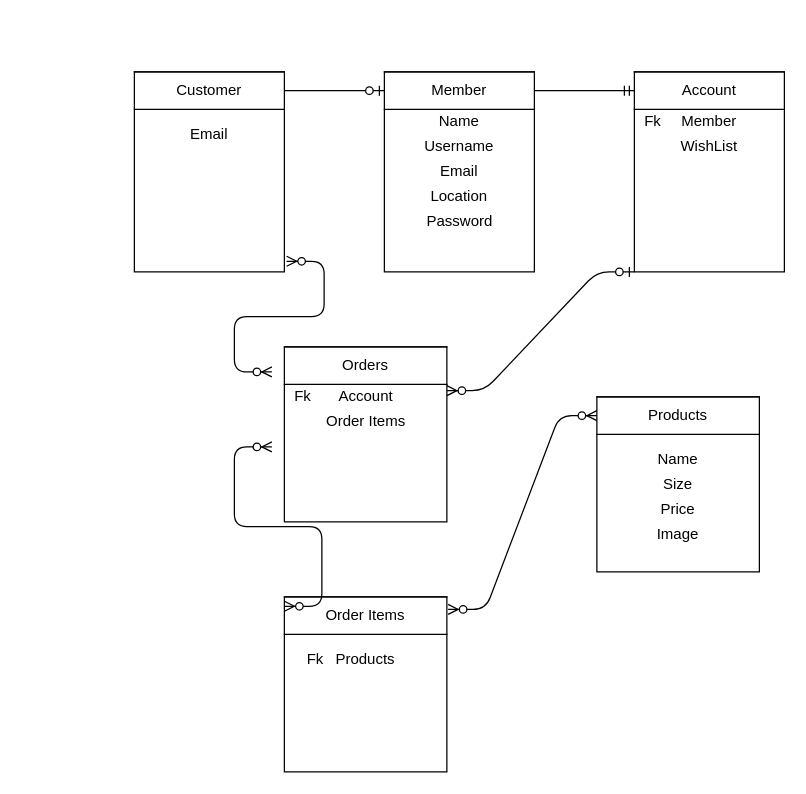
The draw.io diagram page "Page-11" (11 of 11) of ERD.drawio in alexxgz/ecommerce_project, before the edit. Source tidied: cells renumbered, new cells numbered last; positions are measured from the earlier drawing's top-left corner, leaving out a move shared by most shapes. Both pictures are drawn from the tidied source at 125%, with x=0, y=0 at pixel (134, 71).
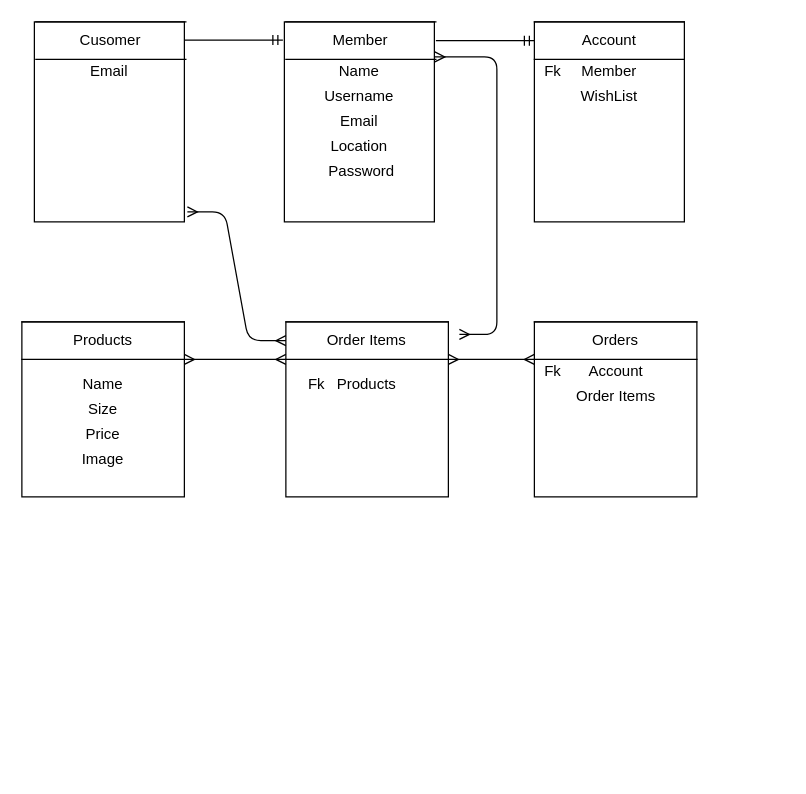
Above is the later version.

The edit, as a diff of the source:
```diff
@@
     <mxCell id="2" style="rounded=0;whiteSpace=wrap;html=1;direction=south;" parent="1" vertex="1">
-      <mxGeometry x="120" y="420" width="130" height="140" as="geometry" />
+      <mxGeometry x="121.2" y="200" width="130" height="140" as="geometry" />
     </mxCell>
     <mxCell id="3" style="rounded=0;whiteSpace=wrap;html=1;" parent="1" vertex="1">
-      <mxGeometry x="400" width="120" height="160" as="geometry" />
+      <mxGeometry x="320" y="-40" width="120" height="160" as="geometry" />
     </mxCell>
     <mxCell id="4" style="rounded=0;whiteSpace=wrap;html=1;" parent="1" vertex="1">
-      <mxGeometry x="200" width="120" height="160" as="geometry" />
+      <mxGeometry x="120" y="-40" width="120" height="160" as="geometry" />
     </mxCell>
     <mxCell id="5" value="Member" style="shape=partialRectangle;whiteSpace=wrap;html=1;left=0;right=0;fillColor=none;" parent="1" vertex="1">
-      <mxGeometry x="200" width="120" height="30" as="geometry" />
+      <mxGeometry x="121.2" y="-40" width="120" height="30" as="geometry" />
     </mxCell>
     <mxCell id="6" value="Name" style="text;html=1;strokeColor=none;fillColor=none;align=center;verticalAlign=middle;whiteSpace=wrap;rounded=0;" parent="1" vertex="1">
-      <mxGeometry x="240" y="30" width="40" height="20" as="geometry" />
+      <mxGeometry x="160" y="-10" width="40" height="20" as="geometry" />
     </mxCell>
     <mxCell id="7" value="Username" style="text;html=1;strokeColor=none;fillColor=none;align=center;verticalAlign=middle;whiteSpace=wrap;rounded=0;" parent="1" vertex="1">
-      <mxGeometry x="230" y="50" width="60" height="20" as="geometry" />
+      <mxGeometry x="150" y="10" width="60" height="20" as="geometry" />
     </mxCell>
     <mxCell id="8" value="Email" style="text;html=1;strokeColor=none;fillColor=none;align=center;verticalAlign=middle;whiteSpace=wrap;rounded=0;" parent="1" vertex="1">
-      <mxGeometry x="240" y="70" width="40" height="20" as="geometry" />
+      <mxGeometry x="160" y="30" width="40" height="20" as="geometry" />
     </mxCell>
     <mxCell id="9" value="Location" style="text;html=1;strokeColor=none;fillColor=none;align=center;verticalAlign=middle;whiteSpace=wrap;rounded=0;" parent="1" vertex="1">
-      <mxGeometry x="235" y="90" width="50" height="20" as="geometry" />
+      <mxGeometry x="155" y="50" width="50" height="20" as="geometry" />
     </mxCell>
     <mxCell id="10" value="Password" style="text;html=1;strokeColor=none;fillColor=none;align=center;verticalAlign=middle;whiteSpace=wrap;rounded=0;" parent="1" vertex="1">
-      <mxGeometry x="232.5" y="110" width="55" height="20" as="geometry" />
+      <mxGeometry x="152.5" y="70" width="57.5" height="20" as="geometry" />
     </mxCell>
     <mxCell id="11" style="rounded=0;whiteSpace=wrap;html=1;direction=south;" parent="1" vertex="1">
-      <mxGeometry x="120" y="220" width="130" height="140" as="geometry" />
+      <mxGeometry x="320" y="200" width="130" height="140" as="geometry" />
     </mxCell>
     <mxCell id="12" value="Orders" style="shape=partialRectangle;whiteSpace=wrap;html=1;left=0;right=0;fillColor=none;" parent="1" vertex="1">
-      <mxGeometry x="120" y="220" width="130" height="30" as="geometry" />
+      <mxGeometry x="320" y="200" width="130" height="30" as="geometry" />
     </mxCell>
     <mxCell id="13" value="Products" style="text;html=1;strokeColor=none;fillColor=none;align=center;verticalAlign=middle;whiteSpace=wrap;rounded=0;" parent="1" vertex="1">
-      <mxGeometry x="165" y="460" width="40" height="20" as="geometry" />
+      <mxGeometry x="166.2" y="240" width="40" height="20" as="geometry" />
     </mxCell>
     <mxCell id="14" style="rounded=0;whiteSpace=wrap;html=1;direction=south;" parent="1" vertex="1">
-      <mxGeometry x="370" y="260" width="130" height="140" as="geometry" />
+      <mxGeometry x="-90" y="200" width="130" height="140" as="geometry" />
     </mxCell>
     <mxCell id="15" value="Products" style="shape=partialRectangle;whiteSpace=wrap;html=1;left=0;right=0;fillColor=none;" parent="1" vertex="1">
-      <mxGeometry x="370" y="260" width="130" height="30" as="geometry" />
+      <mxGeometry x="-90" y="200" width="130" height="30" as="geometry" />
     </mxCell>
-    <mxCell id="16" style="edgeStyle=entityRelationEdgeStyle;fontSize=12;html=1;endArrow=ERzeroToMany;endFill=1;startArrow=ERzeroToMany;entryX=0;entryY=0.5;entryDx=0;entryDy=0;" parent="1" edge="1" target="15">
-      <mxGeometry relative="1" as="geometry">
-        <mxPoint x="251" y="430" as="sourcePoint" />
-      </mxGeometry>
-    </mxCell>
     <mxCell id="17" value="Name" style="text;html=1;strokeColor=none;fillColor=none;align=center;verticalAlign=middle;whiteSpace=wrap;rounded=0;" parent="1" vertex="1">
-      <mxGeometry x="415" y="300" width="40" height="20" as="geometry" />
+      <mxGeometry x="-45" y="240" width="40" height="20" as="geometry" />
     </mxCell>
     <mxCell id="18" value="Price" style="text;html=1;strokeColor=none;fillColor=none;align=center;verticalAlign=middle;whiteSpace=wrap;rounded=0;" parent="1" vertex="1">
-      <mxGeometry x="415" y="340" width="40" height="20" as="geometry" />
+      <mxGeometry x="-45" y="280" width="40" height="20" as="geometry" />
     </mxCell>
     <mxCell id="19" value="Image" style="text;html=1;strokeColor=none;fillColor=none;align=center;verticalAlign=middle;whiteSpace=wrap;rounded=0;" parent="1" vertex="1">
-      <mxGeometry x="415" y="360" width="40" height="20" as="geometry" />
+      <mxGeometry x="-45" y="300" width="40" height="20" as="geometry" />
     </mxCell>
     <mxCell id="20" value="Size" style="text;html=1;strokeColor=none;fillColor=none;align=center;verticalAlign=middle;whiteSpace=wrap;rounded=0;" parent="1" vertex="1">
-      <mxGeometry x="415" y="320" width="40" height="20" as="geometry" />
+      <mxGeometry x="-45" y="260" width="40" height="20" as="geometry" />
     </mxCell>
     <mxCell id="21" value="Fk" style="text;html=1;strokeColor=none;fillColor=none;align=center;verticalAlign=middle;whiteSpace=wrap;rounded=0;" parent="1" vertex="1">
-      <mxGeometry x="120" y="250" width="30" height="20" as="geometry" />
+      <mxGeometry x="320" y="230" width="30" height="20" as="geometry" />
     </mxCell>
     <mxCell id="22" value="Fk" style="text;html=1;strokeColor=none;fillColor=none;align=center;verticalAlign=middle;whiteSpace=wrap;rounded=0;" parent="1" vertex="1">
-      <mxGeometry x="130" y="460" width="30" height="20" as="geometry" />
+      <mxGeometry x="131.2" y="240" width="30" height="20" as="geometry" />
     </mxCell>
     <mxCell id="23" value="Account" style="shape=partialRectangle;whiteSpace=wrap;html=1;left=0;right=0;fillColor=none;" parent="1" vertex="1">
-      <mxGeometry x="400" width="120" height="30" as="geometry" />
+      <mxGeometry x="320" y="-40" width="120" height="30" as="geometry" />
     </mxCell>
     <mxCell id="24" value="WishList" style="text;html=1;strokeColor=none;fillColor=none;align=center;verticalAlign=middle;whiteSpace=wrap;rounded=0;" parent="1" vertex="1">
-      <mxGeometry x="440" y="50" width="40" height="20" as="geometry" />
+      <mxGeometry x="360" y="10" width="40" height="20" as="geometry" />
     </mxCell>
     <mxCell id="25" value="Member" style="text;html=1;strokeColor=none;fillColor=none;align=center;verticalAlign=middle;whiteSpace=wrap;rounded=0;" parent="1" vertex="1">
-      <mxGeometry x="430" y="30" width="60" height="20" as="geometry" />
+      <mxGeometry x="350" y="-10" width="60" height="20" as="geometry" />
     </mxCell>
     <mxCell id="26" value="Fk" style="text;html=1;strokeColor=none;fillColor=none;align=center;verticalAlign=middle;whiteSpace=wrap;rounded=0;" parent="1" vertex="1">
-      <mxGeometry x="400" y="30" width="30" height="20" as="geometry" />
+      <mxGeometry x="320" y="-10" width="30" height="20" as="geometry" />
     </mxCell>
     <mxCell id="27" value="Account" style="text;html=1;strokeColor=none;fillColor=none;align=center;verticalAlign=middle;whiteSpace=wrap;rounded=0;" parent="1" vertex="1">
-      <mxGeometry x="147.5" y="250" width="75" height="20" as="geometry" />
+      <mxGeometry x="347.5" y="230" width="75" height="20" as="geometry" />
     </mxCell>
-    <mxCell id="28" style="rounded=0;whiteSpace=wrap;html=1;" parent="1" vertex="1">
-      <mxGeometry width="120" height="160" as="geometry" />
-    </mxCell>
-    <mxCell id="29" value="Customer" style="shape=partialRectangle;whiteSpace=wrap;html=1;left=0;right=0;fillColor=none;" parent="1" vertex="1">
-      <mxGeometry width="120" height="30" as="geometry" />
-    </mxCell>
-    <mxCell id="30" style="edgeStyle=entityRelationEdgeStyle;fontSize=12;html=1;endArrow=ERzeroToOne;endFill=1;exitX=1;exitY=0.5;exitDx=0;exitDy=0;entryX=0;entryY=0.5;entryDx=0;entryDy=0;" parent="1" edge="1" source="29" target="5">
-      <mxGeometry relative="1" as="geometry" />
-    </mxCell>
-    <mxCell id="31" style="edgeStyle=entityRelationEdgeStyle;fontSize=12;html=1;endArrow=ERzeroToMany;startArrow=ERzeroToOne;exitX=0;exitY=1;exitDx=0;exitDy=0;entryX=0.25;entryY=0;entryDx=0;entryDy=0;" parent="1" edge="1" source="3" target="11">
-      <mxGeometry relative="1" as="geometry" />
-    </mxCell>
+    <mxCell id="33" style="edgeStyle=entityRelationEdgeStyle;fontSize=12;html=1;endArrow=ERmandOne;entryX=0;entryY=0.5;entryDx=0;entryDy=0;exitX=1;exitY=0.5;exitDx=0;exitDy=0;" parent="1" edge="1" source="5" target="23">
+      <mxGeometry relative="1" as="geometry" />
+    </mxCell>
+    <mxCell id="35" value="Order Items" style="shape=partialRectangle;whiteSpace=wrap;html=1;left=0;right=0;fillColor=none;" parent="1" vertex="1">
+      <mxGeometry x="121.2" y="200" width="130" height="30" as="geometry" />
+    </mxCell>
+    <mxCell id="37" value="Order Items" style="text;html=1;strokeColor=none;fillColor=none;align=center;verticalAlign=middle;whiteSpace=wrap;rounded=0;" parent="1" vertex="1">
+      <mxGeometry x="347.5" y="250" width="75" height="20" as="geometry" />
+    </mxCell>
+    <mxCell id="38" style="rounded=0;whiteSpace=wrap;html=1;" parent="1" vertex="1">
+      <mxGeometry x="-80" y="-40" width="120" height="160" as="geometry" />
+    </mxCell>
+    <mxCell id="39" value="Cusomer" style="shape=partialRectangle;whiteSpace=wrap;html=1;left=0;right=0;fillColor=none;" parent="1" vertex="1">
+      <mxGeometry x="-78.8" y="-40" width="120" height="30" as="geometry" />
+    </mxCell>
     <mxCell id="32" value="Email" style="text;html=1;strokeColor=none;fillColor=none;align=center;verticalAlign=middle;whiteSpace=wrap;rounded=0;" parent="1" vertex="1">
-      <mxGeometry x="40" y="40" width="40" height="20" as="geometry" />
+      <mxGeometry x="-40" y="-10" width="40" height="20" as="geometry" />
     </mxCell>
-    <mxCell id="33" style="edgeStyle=entityRelationEdgeStyle;fontSize=12;html=1;endArrow=ERmandOne;entryX=0;entryY=0.5;entryDx=0;entryDy=0;exitX=1;exitY=0.5;exitDx=0;exitDy=0;" parent="1" edge="1" source="5" target="23">
-      <mxGeometry relative="1" as="geometry" />
-    </mxCell>
-    <mxCell id="34" style="edgeStyle=entityRelationEdgeStyle;fontSize=12;html=1;endArrow=ERzeroToMany;endFill=1;startArrow=ERzeroToMany;exitX=1.015;exitY=0.947;exitDx=0;exitDy=0;exitPerimeter=0;" parent="1" edge="1" source="28">
-      <mxGeometry relative="1" as="geometry">
-        <mxPoint x="110" y="240" as="targetPoint" />
-      </mxGeometry>
-    </mxCell>
-    <mxCell id="35" value="Order Items" style="shape=partialRectangle;whiteSpace=wrap;html=1;left=0;right=0;fillColor=none;" parent="1" vertex="1">
-      <mxGeometry x="120" y="420" width="130" height="30" as="geometry" />
-    </mxCell>
-    <mxCell id="36" style="edgeStyle=entityRelationEdgeStyle;fontSize=12;html=1;endArrow=ERzeroToMany;endFill=1;startArrow=ERzeroToMany;exitX=0;exitY=0.25;exitDx=0;exitDy=0;" parent="1" edge="1" source="35">
-      <mxGeometry relative="1" as="geometry">
-        <mxPoint x="110" y="300" as="targetPoint" />
-      </mxGeometry>
-    </mxCell>
-    <mxCell id="37" value="Order Items" style="text;html=1;strokeColor=none;fillColor=none;align=center;verticalAlign=middle;whiteSpace=wrap;rounded=0;" parent="1" vertex="1">
-      <mxGeometry x="147.5" y="270" width="75" height="20" as="geometry" />
-    </mxCell>
+    <mxCell id="40" style="edgeStyle=entityRelationEdgeStyle;fontSize=12;html=1;endArrow=ERmandOne;entryX=0;entryY=0.5;entryDx=0;entryDy=0;exitX=1;exitY=0.5;exitDx=0;exitDy=0;" parent="1" edge="1">
+      <mxGeometry relative="1" as="geometry">
+        <mxPoint x="40" y="-25.5" as="sourcePoint" />
+        <mxPoint x="118.8" y="-25.5" as="targetPoint" />
+      </mxGeometry>
+    </mxCell>
+    <mxCell id="41" style="edgeStyle=entityRelationEdgeStyle;fontSize=12;html=1;endArrow=ERmany;startArrow=ERmany;entryX=1.02;entryY=0.95;entryDx=0;entryDy=0;entryPerimeter=0;exitX=0;exitY=0.5;exitDx=0;exitDy=0;" parent="1" edge="1" source="35" target="38">
+      <mxGeometry relative="1" as="geometry" />
+    </mxCell>
+    <mxCell id="42" style="edgeStyle=entityRelationEdgeStyle;fontSize=12;html=1;endArrow=ERmany;startArrow=ERmany;entryX=1.003;entryY=0.175;entryDx=0;entryDy=0;entryPerimeter=0;" parent="1" edge="1" target="4">
+      <mxGeometry relative="1" as="geometry">
+        <mxPoint x="260" y="210" as="sourcePoint" />
+      </mxGeometry>
+    </mxCell>
+    <mxCell id="43" style="edgeStyle=entityRelationEdgeStyle;fontSize=12;html=1;endArrow=ERmany;startArrow=ERmany;entryX=0;entryY=1;entryDx=0;entryDy=0;exitX=1;exitY=1;exitDx=0;exitDy=0;" parent="1" edge="1" source="35" target="12">
+      <mxGeometry relative="1" as="geometry" />
+    </mxCell>
+    <mxCell id="44" style="edgeStyle=entityRelationEdgeStyle;fontSize=12;html=1;endArrow=ERmany;startArrow=ERmany;exitX=1;exitY=1;exitDx=0;exitDy=0;entryX=0;entryY=1;entryDx=0;entryDy=0;" parent="1" edge="1" source="15" target="35">
+      <mxGeometry relative="1" as="geometry" />
+    </mxCell>
```
